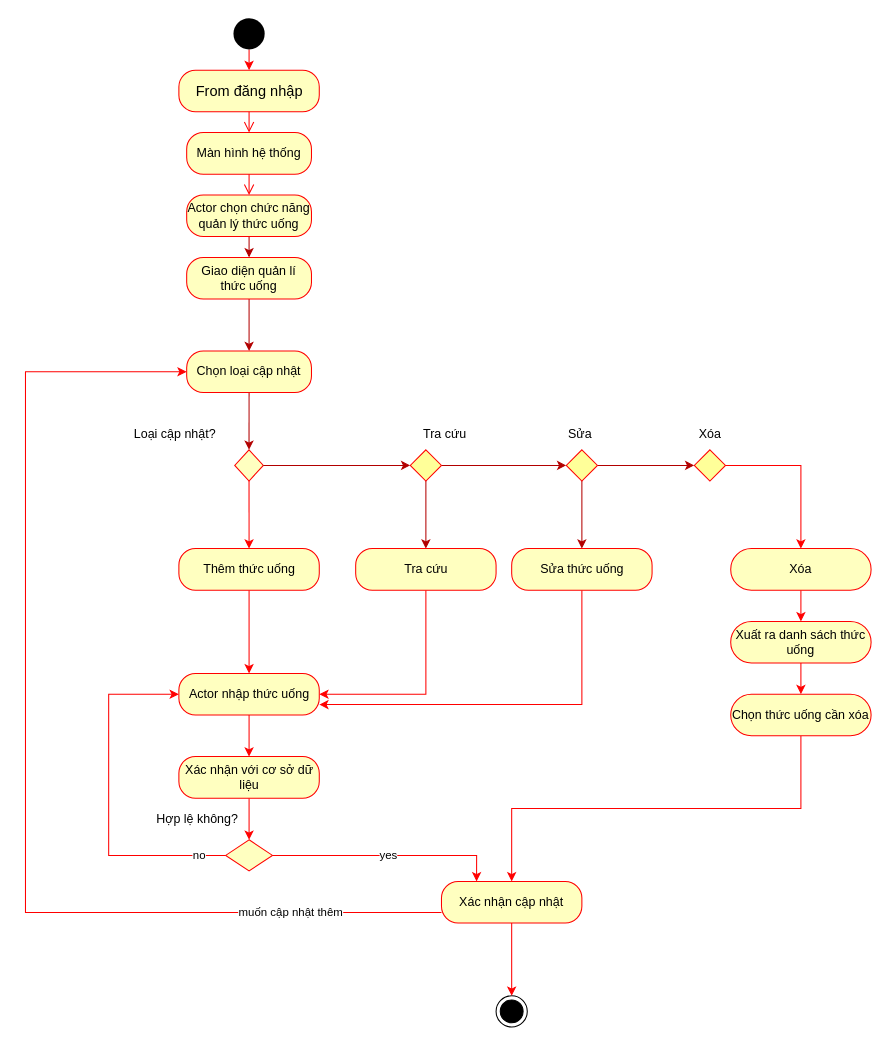
The draw.io diagram Draw.io/activity-quản lý thức uống.drawio in TruongNguyenYenNhi/PTTK-QL-b-n-h-ng, before the edit. Source tidied: cells renumbered, new cells numbered last; positions are measured from the earlier drawing's top-left corner, leaving out a move shared by most shapes. Both pictures are drawn from the tidied source at 104%, with x=0, y=0 at pixel (25, 18).
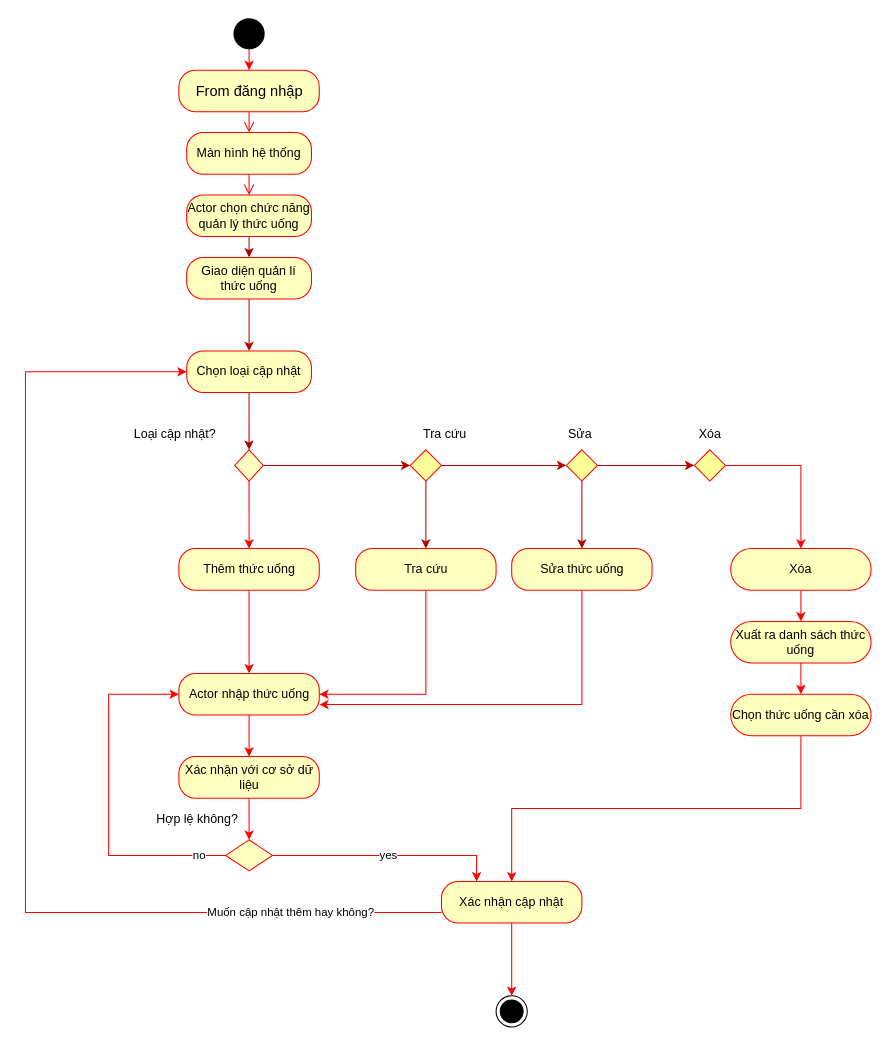
After the change.

Unchanged cells that the change refers to:
```xml
<mxCell id="16" value="Chọn loại cập nhật" style="rounded=1;whiteSpace=wrap;html=1;arcSize=40;fontColor=#000000;fillColor=#ffffc0;strokeColor=#ff0000;" parent="1" vertex="1">
  <mxGeometry x="155" y="320" width="120" height="40" as="geometry" />
</mxCell>
```

What changed in the source:
```diff
@@
-    <mxCell id="53" value="muốn cập nhật thêm" style="edgeStyle=orthogonalEdgeStyle;rounded=0;jettySize=auto;html=1;entryX=0;entryY=0.5;entryDx=0;entryDy=0;strokeColor=#ff0000;" parent="1" edge="1" target="16">
+    <mxCell id="53" value="Muốn cập nhật thêm hay không?" style="edgeStyle=orthogonalEdgeStyle;rounded=0;jettySize=auto;html=1;entryX=0;entryY=0.5;entryDx=0;entryDy=0;strokeColor=#ff0000;" parent="1" edge="1" target="16">
       <mxGeometry x="-0.73" relative="1" as="geometry">
         <mxPoint x="400" y="860" as="sourcePoint" />
         <Array as="points">
           <mxPoint x="400" y="860" />
           <mxPoint y="860" />
           <mxPoint y="340" />
         </Array>
       </mxGeometry>
     </mxCell>
```
